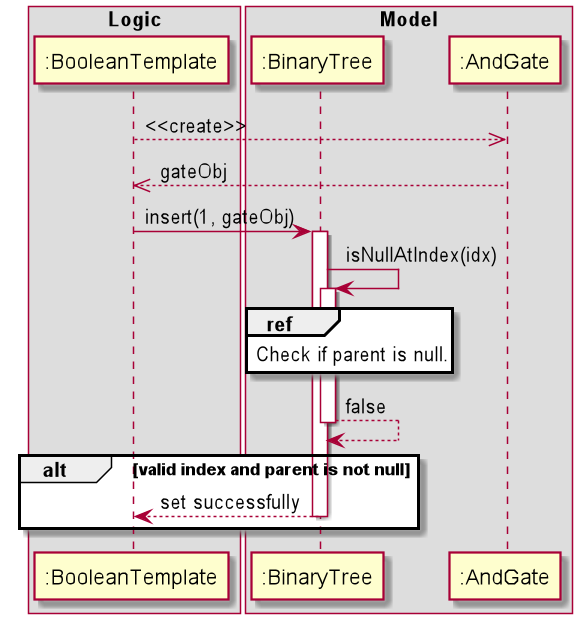
Earlier version of the PlantUML export docs/diagrams/BinaryTreeInsertSequenceDiagram.png (sevenseasofbri/tp).
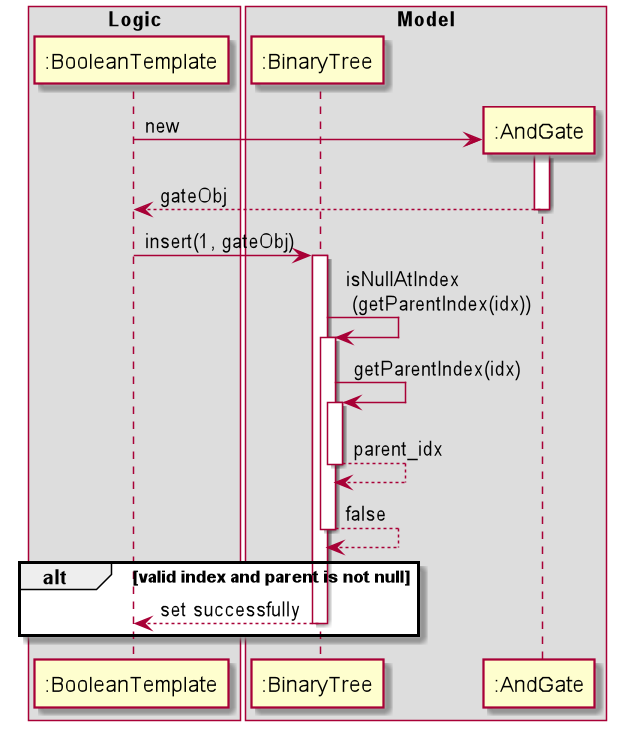
Later version of the same file.

Commit message:
update diagrams based on reviews

The edit, as a diff of the source:
```diff
@@ -8,14 +8,14 @@
 participant ":AndGate" as AndGate
 end box
 autoactivate on
-BooleanTemplate -->>AndGate: <<create>>
+create AndGate
+BooleanTemplate -> AndGate: new
 return gateObj
 
 BooleanTemplate -> BinaryTree : insert(1, gateObj)
-BinaryTree -> BinaryTree : isNullAtIndex(idx)
-ref over BinaryTree
-Check if parent is null.
-end
+BinaryTree -> BinaryTree : isNullAtIndex \n (getParentIndex(idx))
+BinaryTree -> BinaryTree : getParentIndex(idx)
+return parent_idx
 return false
 alt valid index and parent is not null
 return set successfully
```
